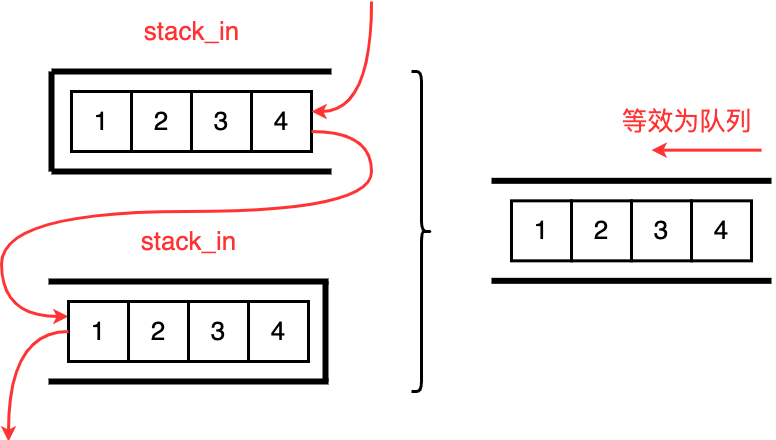
Before: 算法题刷题/用栈来实现队列.png.drawio.png, a diagram exported from draw.io (superwjfeng/MarkdownWriting). Source tidied: cells renumbered, new cells last; positions are measured from the earlier drawing's top-left corner, leaving out a move shared by most shapes. The source it was exported from:
```xml
<mxGraphModel>
  <root>
    <mxCell id="0" />
    <mxCell id="1" parent="0" />
    <mxCell id="2" style="shape=curlyBracket;whiteSpace=wrap;html=1;rounded=1;flipH=1;labelPosition=right;verticalLabelPosition=middle;align=left;verticalAlign=middle;strokeWidth=3;" parent="1" vertex="1">
      <mxGeometry x="410" y="70" width="20" height="320" as="geometry" />
    </mxCell>
    <mxCell id="3" style="endArrow=none;html=1;rounded=0;strokeWidth=6;" parent="1" edge="1">
      <mxGeometry relative="1" as="geometry">
        <mxPoint x="50" y="70" as="sourcePoint" />
        <mxPoint x="330" y="70" as="targetPoint" />
      </mxGeometry>
    </mxCell>
    <mxCell id="4" value="&lt;font style=&quot;font-size: 26px;&quot;&gt;1&lt;/font&gt;" style="rounded=0;whiteSpace=wrap;html=1;strokeWidth=3;" parent="1" vertex="1">
      <mxGeometry x="70" y="90" width="60" height="60" as="geometry" />
    </mxCell>
    <mxCell id="5" value="&lt;font style=&quot;font-size: 26px;&quot;&gt;2&lt;/font&gt;" style="rounded=0;whiteSpace=wrap;html=1;strokeWidth=3;" parent="1" vertex="1">
      <mxGeometry x="130" y="90" width="60" height="60" as="geometry" />
    </mxCell>
    <mxCell id="6" value="&lt;font style=&quot;font-size: 26px;&quot;&gt;3&lt;/font&gt;" style="rounded=0;whiteSpace=wrap;html=1;strokeWidth=3;" parent="1" vertex="1">
      <mxGeometry x="190" y="90" width="60" height="60" as="geometry" />
    </mxCell>
    <mxCell id="7" value="&lt;font style=&quot;font-size: 26px;&quot;&gt;4&lt;/font&gt;" style="rounded=0;whiteSpace=wrap;html=1;strokeWidth=3;" parent="1" vertex="1">
      <mxGeometry x="250" y="90" width="60" height="60" as="geometry" />
    </mxCell>
    <mxCell id="8" style="endArrow=none;html=1;rounded=0;strokeWidth=6;" parent="1" edge="1">
      <mxGeometry relative="1" as="geometry">
        <mxPoint x="50" y="170" as="sourcePoint" />
        <mxPoint x="330" y="170" as="targetPoint" />
      </mxGeometry>
    </mxCell>
    <mxCell id="9" style="endArrow=none;html=1;rounded=0;strokeWidth=6;" parent="1" edge="1">
      <mxGeometry relative="1" as="geometry">
        <mxPoint x="50" y="70" as="sourcePoint" />
        <mxPoint x="50" y="170" as="targetPoint" />
      </mxGeometry>
    </mxCell>
    <mxCell id="10" style="endArrow=classic;html=1;rounded=0;entryX=1;entryY=0.5;entryDx=0;entryDy=0;edgeStyle=orthogonalEdgeStyle;curved=1;strokeColor=#FF3333;strokeWidth=3;" parent="1" edge="1">
      <mxGeometry relative="1" as="geometry">
        <mxPoint x="370" as="sourcePoint" />
        <mxPoint x="310" y="110" as="targetPoint" />
        <Array as="points">
          <mxPoint x="370" y="110" />
        </Array>
      </mxGeometry>
    </mxCell>
    <mxCell id="11" style="endArrow=none;html=1;rounded=0;entryX=1;entryY=0.5;entryDx=0;entryDy=0;edgeStyle=orthogonalEdgeStyle;curved=1;startArrow=classic;startFill=1;endFill=0;strokeWidth=3;strokeColor=#FF3333;exitX=0;exitY=0.25;exitDx=0;exitDy=0;" parent="1" edge="1" source="14">
      <mxGeometry relative="1" as="geometry">
        <mxPoint x="310" y="130" as="targetPoint" />
        <Array as="points">
          <mxPoint y="315" />
          <mxPoint y="210" />
          <mxPoint x="370" y="210" />
          <mxPoint x="370" y="130" />
        </Array>
      </mxGeometry>
    </mxCell>
    <mxCell id="12" value="&lt;font color=&quot;#ff3333&quot;&gt;&lt;span style=&quot;font-size: 26px;&quot;&gt;stack_in&lt;/span&gt;&lt;/font&gt;" style="text;html=1;align=center;verticalAlign=middle;strokeColor=none;fillColor=none;" parent="1" vertex="1">
      <mxGeometry x="130" y="10" width="120" height="40" as="geometry" />
    </mxCell>
    <mxCell id="13" style="endArrow=none;html=1;rounded=0;strokeWidth=6;" parent="1" edge="1">
      <mxGeometry relative="1" as="geometry">
        <mxPoint x="47" y="280" as="sourcePoint" />
        <mxPoint x="327" y="280" as="targetPoint" />
      </mxGeometry>
    </mxCell>
    <mxCell id="14" value="&lt;font style=&quot;font-size: 26px;&quot;&gt;1&lt;/font&gt;" style="rounded=0;whiteSpace=wrap;html=1;strokeWidth=3;" parent="1" vertex="1">
      <mxGeometry x="67" y="300" width="60" height="60" as="geometry" />
    </mxCell>
    <mxCell id="15" value="&lt;font style=&quot;font-size: 26px;&quot;&gt;2&lt;/font&gt;" style="rounded=0;whiteSpace=wrap;html=1;strokeWidth=3;" parent="1" vertex="1">
      <mxGeometry x="127" y="300" width="60" height="60" as="geometry" />
    </mxCell>
    <mxCell id="16" value="&lt;font style=&quot;font-size: 26px;&quot;&gt;3&lt;/font&gt;" style="rounded=0;whiteSpace=wrap;html=1;strokeWidth=3;" parent="1" vertex="1">
      <mxGeometry x="187" y="300" width="60" height="60" as="geometry" />
    </mxCell>
    <mxCell id="17" value="&lt;font style=&quot;font-size: 26px;&quot;&gt;4&lt;/font&gt;" style="rounded=0;whiteSpace=wrap;html=1;strokeWidth=3;" parent="1" vertex="1">
      <mxGeometry x="247" y="300" width="60" height="60" as="geometry" />
    </mxCell>
    <mxCell id="18" style="endArrow=none;html=1;rounded=0;strokeWidth=6;" parent="1" edge="1">
      <mxGeometry relative="1" as="geometry">
        <mxPoint x="47" y="380" as="sourcePoint" />
        <mxPoint x="327" y="380" as="targetPoint" />
      </mxGeometry>
    </mxCell>
    <mxCell id="19" style="endArrow=none;html=1;rounded=0;strokeWidth=6;" parent="1" edge="1">
      <mxGeometry relative="1" as="geometry">
        <mxPoint x="324" y="280" as="sourcePoint" />
        <mxPoint x="324" y="380" as="targetPoint" />
      </mxGeometry>
    </mxCell>
    <mxCell id="20" style="endArrow=none;html=1;rounded=0;entryX=1;entryY=0.5;entryDx=0;entryDy=0;edgeStyle=orthogonalEdgeStyle;curved=1;startArrow=classic;startFill=1;endFill=0;strokeWidth=3;strokeColor=#FF3333;" parent="1" edge="1">
      <mxGeometry relative="1" as="geometry">
        <mxPoint x="7" y="440" as="sourcePoint" />
        <mxPoint x="67" y="330" as="targetPoint" />
        <Array as="points">
          <mxPoint x="7" y="330" />
        </Array>
      </mxGeometry>
    </mxCell>
    <mxCell id="21" value="&lt;font color=&quot;#ff3333&quot;&gt;&lt;span style=&quot;font-size: 26px;&quot;&gt;stack_in&lt;/span&gt;&lt;/font&gt;" style="text;html=1;align=center;verticalAlign=middle;strokeColor=none;fillColor=none;" parent="1" vertex="1">
      <mxGeometry x="127" y="220" width="120" height="40" as="geometry" />
    </mxCell>
    <mxCell id="22" style="endArrow=none;html=1;rounded=0;strokeWidth=6;" parent="1" edge="1">
      <mxGeometry relative="1" as="geometry">
        <mxPoint x="490" y="179.3" as="sourcePoint" />
        <mxPoint x="770" y="179.3" as="targetPoint" />
      </mxGeometry>
    </mxCell>
    <mxCell id="23" value="&lt;font style=&quot;font-size: 26px;&quot;&gt;1&lt;/font&gt;" style="rounded=0;whiteSpace=wrap;html=1;strokeWidth=3;" parent="1" vertex="1">
      <mxGeometry x="510" y="199.3" width="60" height="60" as="geometry" />
    </mxCell>
    <mxCell id="24" value="&lt;font style=&quot;font-size: 26px;&quot;&gt;2&lt;/font&gt;" style="rounded=0;whiteSpace=wrap;html=1;strokeWidth=3;" parent="1" vertex="1">
      <mxGeometry x="570" y="199.3" width="60" height="60" as="geometry" />
    </mxCell>
    <mxCell id="25" value="&lt;font style=&quot;font-size: 26px;&quot;&gt;3&lt;/font&gt;" style="rounded=0;whiteSpace=wrap;html=1;strokeWidth=3;" parent="1" vertex="1">
      <mxGeometry x="630" y="199.3" width="60" height="60" as="geometry" />
    </mxCell>
    <mxCell id="26" value="&lt;font style=&quot;font-size: 26px;&quot;&gt;4&lt;/font&gt;" style="rounded=0;whiteSpace=wrap;html=1;strokeWidth=3;" parent="1" vertex="1">
      <mxGeometry x="690" y="199.3" width="60" height="60" as="geometry" />
    </mxCell>
    <mxCell id="27" style="endArrow=none;html=1;rounded=0;strokeWidth=6;" parent="1" edge="1">
      <mxGeometry relative="1" as="geometry">
        <mxPoint x="490" y="279.3" as="sourcePoint" />
        <mxPoint x="770" y="279.3" as="targetPoint" />
      </mxGeometry>
    </mxCell>
    <mxCell id="28" style="endArrow=classic;html=1;rounded=0;strokeWidth=3;strokeColor=#FF3333;" parent="1" edge="1">
      <mxGeometry relative="1" as="geometry">
        <mxPoint x="760" y="148.7" as="sourcePoint" />
        <mxPoint x="650" y="148.7" as="targetPoint" />
      </mxGeometry>
    </mxCell>
    <mxCell id="29" value="&lt;font color=&quot;#ff3333&quot; style=&quot;font-size: 26px;&quot;&gt;等效为队列&lt;/font&gt;" style="text;html=1;align=center;verticalAlign=middle;strokeColor=none;fillColor=none;" parent="1" vertex="1">
      <mxGeometry x="610" y="100" width="150" height="40" as="geometry" />
    </mxCell>
  </root>
</mxGraphModel>
```
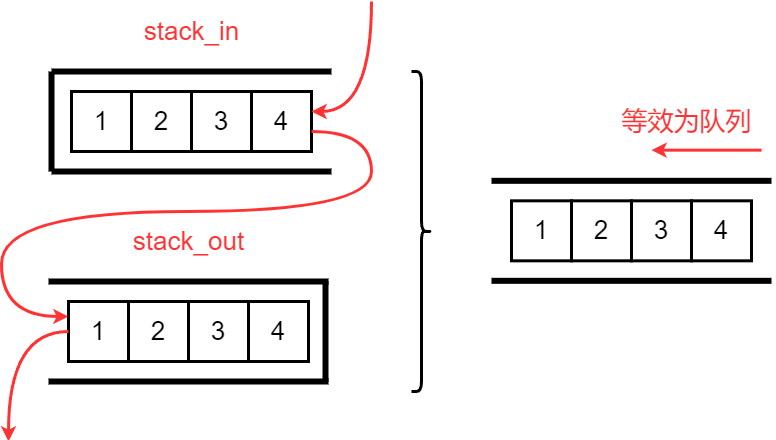
The same file after the commit.

Change to the diagram source:
```diff
@@ -1,4 +1,4 @@
-<mxGraphModel>
+<mxGraphModel background="#ffffff">
   <root>
     <mxCell id="0" />
     <mxCell id="1" parent="0" />
@@ -97,8 +97,8 @@
         </Array>
       </mxGeometry>
     </mxCell>
-    <mxCell id="21" value="&lt;font color=&quot;#ff3333&quot;&gt;&lt;span style=&quot;font-size: 26px;&quot;&gt;stack_in&lt;/span&gt;&lt;/font&gt;" style="text;html=1;align=center;verticalAlign=middle;strokeColor=none;fillColor=none;" parent="1" vertex="1">
-      <mxGeometry x="127" y="220" width="120" height="40" as="geometry" />
+    <mxCell id="21" value="&lt;font color=&quot;#ff3333&quot;&gt;&lt;span style=&quot;font-size: 26px;&quot;&gt;stack_out&lt;/span&gt;&lt;/font&gt;" style="text;html=1;align=center;verticalAlign=middle;strokeColor=none;fillColor=none;" parent="1" vertex="1">
+      <mxGeometry x="122" y="220" width="130" height="40" as="geometry" />
     </mxCell>
     <mxCell id="22" style="endArrow=none;html=1;rounded=0;strokeWidth=6;" parent="1" edge="1">
       <mxGeometry relative="1" as="geometry">
```
